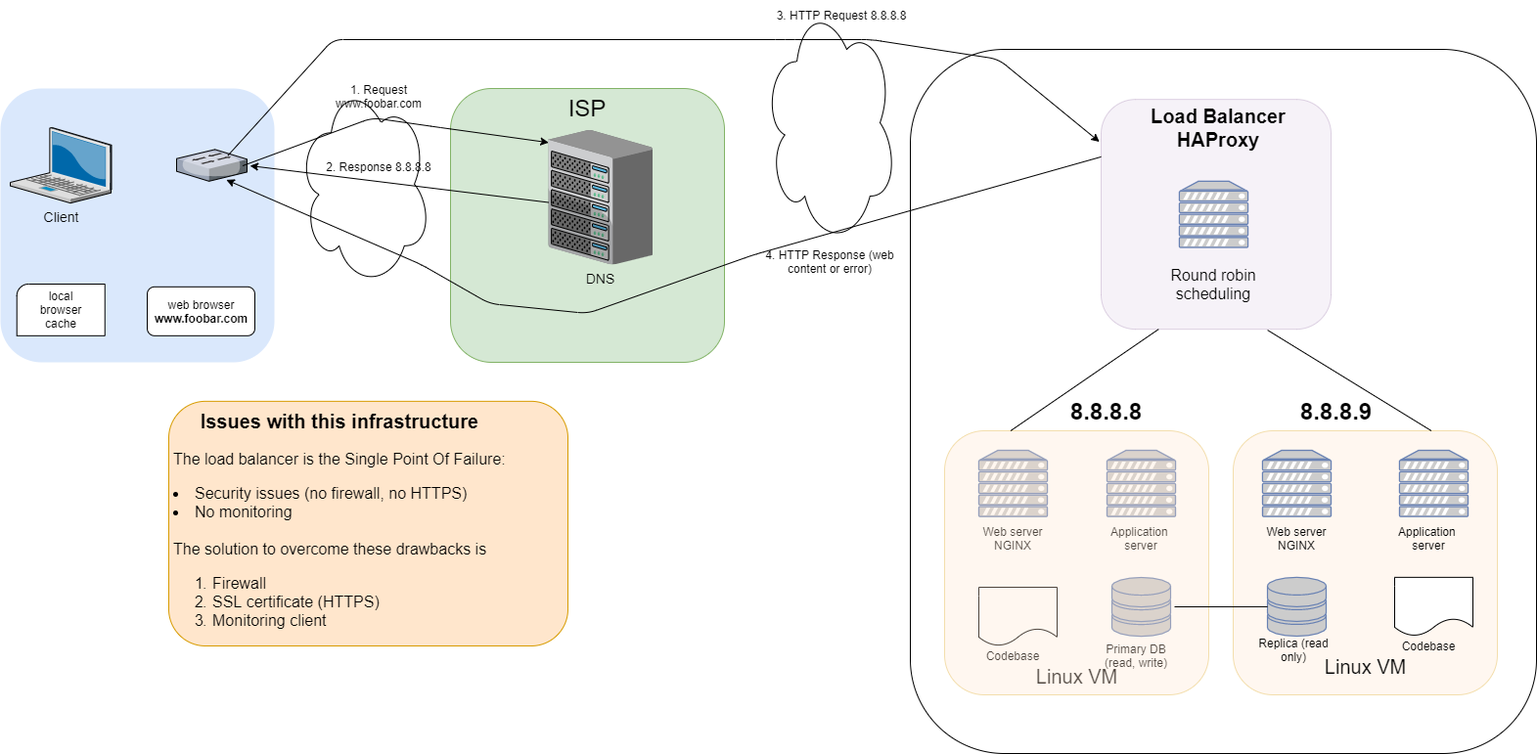
Earlier version of the draw.io export 0x09-web_infrastructure_design/images/1-distributed_web_infrastructure.png (huy75/holberton-system_engineering-devops). Source tidied: cells renumbered, new cells last; positions are measured from the earlier drawing's top-left corner, leaving out a move shared by most shapes.
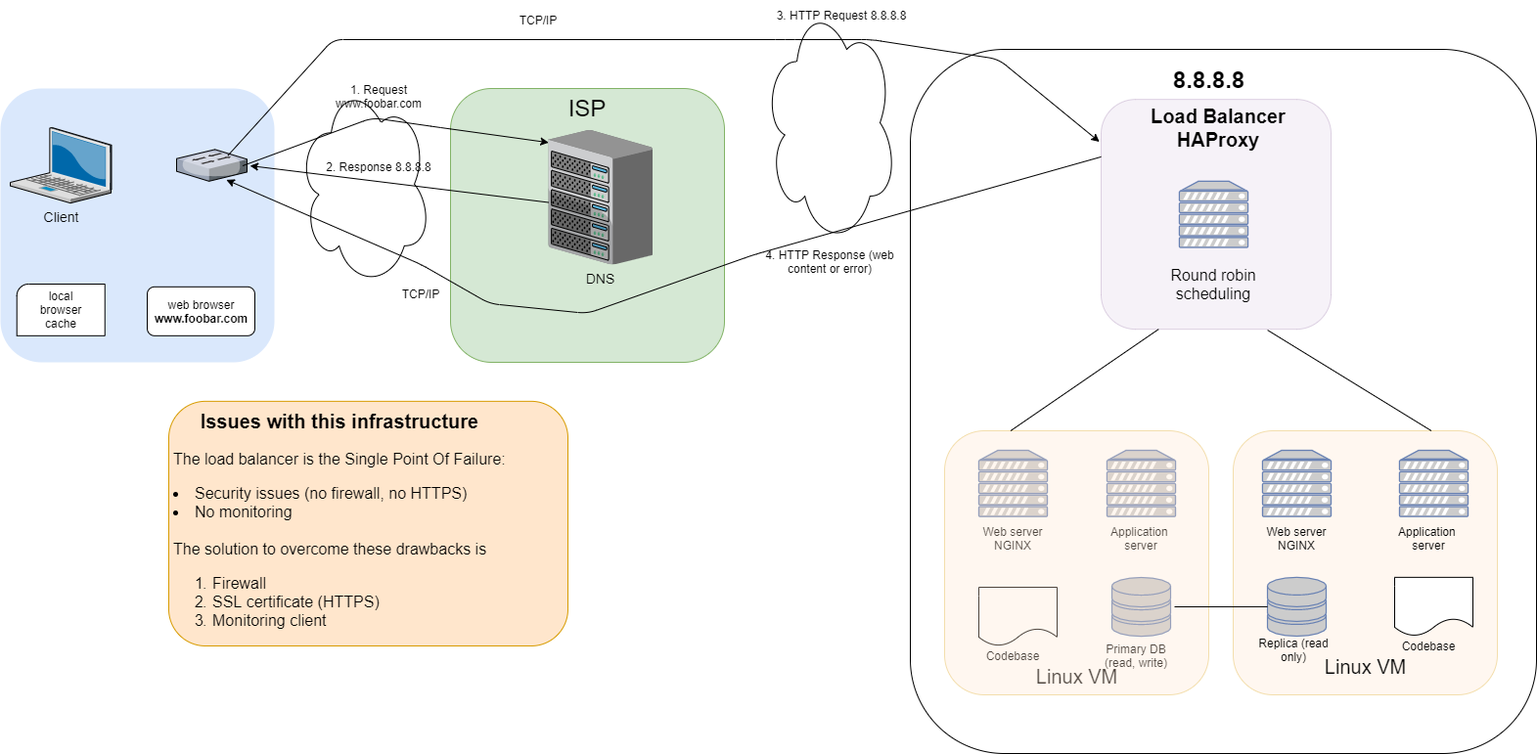
After the change.

Diff of the diagram source:
```diff
@@ -74,7 +74,7 @@
       <mxGeometry x="1125" y="101.1" width="235" height="235" as="geometry" />
     </mxCell>
     <mxCell id="24" value="8.8.8.8" style="text;strokeColor=none;fillColor=none;html=1;fontSize=24;fontStyle=1;verticalAlign=middle;align=center;" parent="1" vertex="1">
-      <mxGeometry x="1055" y="400" width="150" height="40" as="geometry" />
+      <mxGeometry x="1160" y="61.1" width="150" height="40" as="geometry" />
     </mxCell>
     <mxCell id="25" value="&lt;span style=&quot;font-weight: normal&quot;&gt;&lt;font style=&quot;font-size: 20px&quot;&gt;Linux VM&lt;/font&gt;&lt;/span&gt;" style="text;strokeColor=none;fillColor=none;html=1;fontSize=24;fontStyle=1;verticalAlign=middle;align=center;" parent="1" vertex="1">
       <mxGeometry x="1050" y="670" width="100" height="40" as="geometry" />
@@ -172,8 +172,11 @@
     <mxCell id="49" value="4. HTTP Response (web content or error)" style="text;html=1;strokeColor=none;fillColor=none;align=center;verticalAlign=middle;whiteSpace=wrap;rounded=0;" parent="1" vertex="1">
       <mxGeometry x="775" y="252.5" width="146" height="30" as="geometry" />
     </mxCell>
-    <mxCell id="50" value="8.8.8.9" style="text;strokeColor=none;fillColor=none;html=1;fontSize=24;fontStyle=1;verticalAlign=middle;align=center;" parent="1" vertex="1">
-      <mxGeometry x="1290" y="400" width="150" height="40" as="geometry" />
-    </mxCell>
+    <mxCell id="51" value="TCP/IP" style="text;html=1;strokeColor=none;fillColor=none;align=center;verticalAlign=middle;whiteSpace=wrap;rounded=0;" parent="1" vertex="1">
+      <mxGeometry x="530" y="10" width="40" height="20" as="geometry" />
+    </mxCell>
+    <mxCell id="52" value="TCP/IP" style="text;html=1;strokeColor=none;fillColor=none;align=center;verticalAlign=middle;whiteSpace=wrap;rounded=0;" parent="1" vertex="1">
+      <mxGeometry x="410" y="290" width="40" height="20" as="geometry" />
+    </mxCell>
   </root>
 </mxGraphModel>
```
